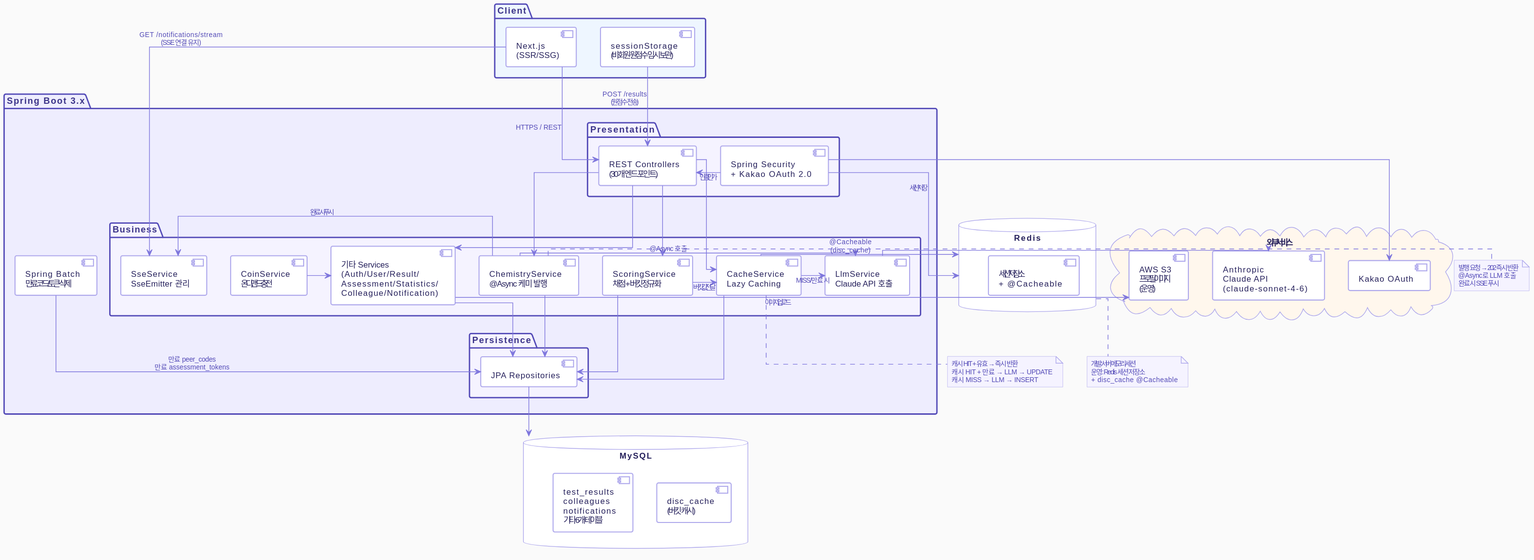
This is docs/images/MyCPT_Architecture.svg from Yush1nk1m/MyCPT, a PlantUML export, as it was before one commit.
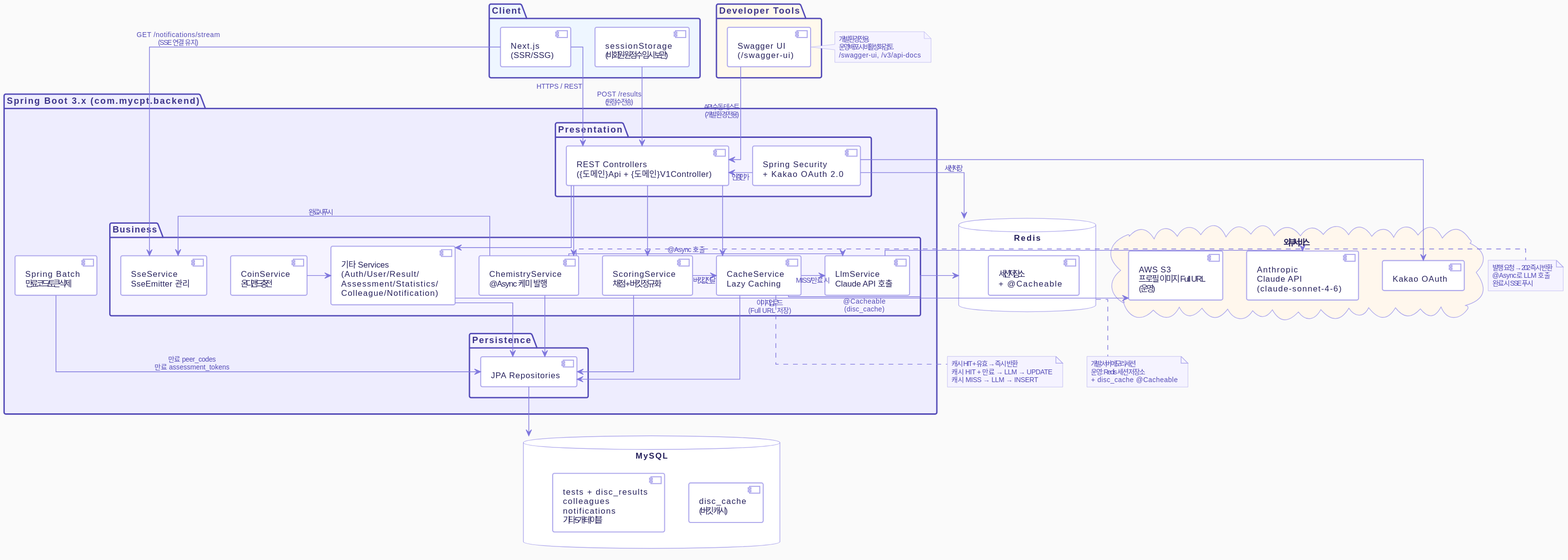
Above is the later version.

Commit message:
Feat / Test / Docs: Kakao OAuth2 로그인 기능 완성 / 단위&슬라이스 테스트 작성 / 개발 문서 수정

The edit, as a diff of the source:
```diff
@@ -45,15 +45,19 @@
 
 skinparam linetype ortho
 
+package "Developer Tools" #FFF9ED {
+  [Swagger UI\n(/swagger-ui)] as Swagger
+}
+
 package "Client" #EEF6FF {
   [Next.js\n(SSR/SSG)] as NextJS
   [sessionStorage\n(비회원 원점수 임시 보관)] as Session
 }
 
-package "Spring Boot 3.x" #EEEDFE {
+package "Spring Boot 3.x (com.mycpt.backend)" #EEEDFE {
 
   package "Presentation" #F5F3FF {
-    [REST Controllers\n(30개 엔드포인트)] as Controllers
+    [REST Controllers\n({도메인}Api + {도메인}V1Controller)] as Controllers
     [Spring Security\n+ Kakao OAuth 2.0] as Security
   }
 
@@ -76,7 +80,7 @@
 
 database "MySQL" as MySQL {
   [disc_cache\n(버킷 캐시)] as DiscCache
-  [test_results\ncolleagues\nnotifications\n기타 6개 테이블] as OtherTables
+  [tests + disc_results\ncolleagues\nnotifications\n기타 5개 테이블] as OtherTables
 }
 
 database "Redis" as Redis {
@@ -86,8 +90,10 @@
 cloud "외부 서비스" #FFF7ED {
   [Anthropic\nClaude API\n(claude-sonnet-4-6)] as ClaudeAPI
   [Kakao OAuth] as Kakao
-  [AWS S3\n프로필 이미지\n(운영)] as S3
+  [AWS S3\n프로필 이미지 Full URL\n(운영)] as S3
 }
+
+Swagger  -down-> Controllers : API 수동 테스트\n(개발 환경 전용)
 
 NextJS   -down-> Controllers : HTTPS / REST
 NextJS   -down-> Sse         : GET /notifications/stream\n(SSE 연결 유지)
@@ -116,9 +122,9 @@
 Cache         -right-> Redis : @Cacheable\n(disc_cache)
 Security      -right-> Redis : 세션 저장
 
-Llm       -right-> ClaudeAPI
-Security  -down->  Kakao
-OtherServices -right-> S3   : 이미지 업로드
+Llm           -right-> ClaudeAPI
+Security      -down->  Kakao
+OtherServices -right-> S3    : 이미지 업로드\n(Full URL 저장)
 
 Batch -down-> Repos : 만료 peer_codes\n만료 assessment_tokens
 
@@ -139,4 +145,10 @@
   운영: Redis 세션 저장소
   + disc_cache @Cacheable
 end note
+
+note right of Swagger
+  개발 환경 전용.
+  운영 배포 시 비활성화 검토.
+  /swagger-ui, /v3/api-docs
+end note
 @enduml
```
